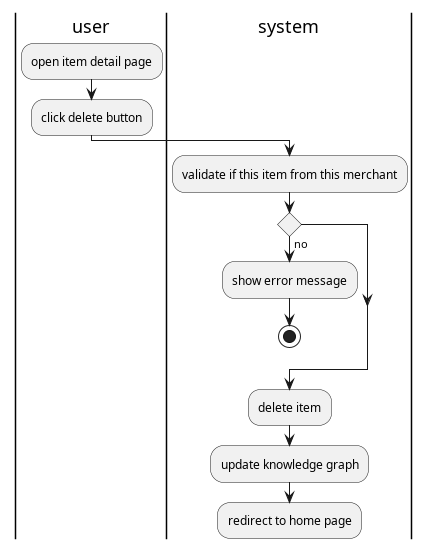
aldihsuhandi/skripsi-2023 keeps this PlantUML diagram as thesis/latex/diagram/activity diagram/17. item/delete item/delete item.png. Above is the earlier version.
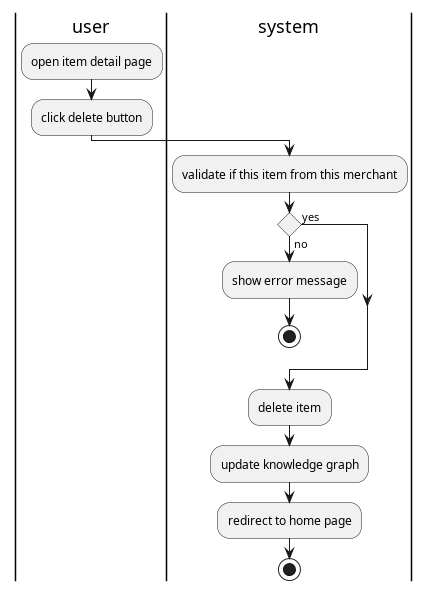
The same diagram one commit later.

The edit, as a diff of the source:
```diff
@@ -8,9 +8,11 @@
 if () then (no)
     :show error message;
     stop
+else (yes)
 endif
 :delete item;
 :update knowledge graph;
 :redirect to home page;
+stop
 
 @enduml
```
